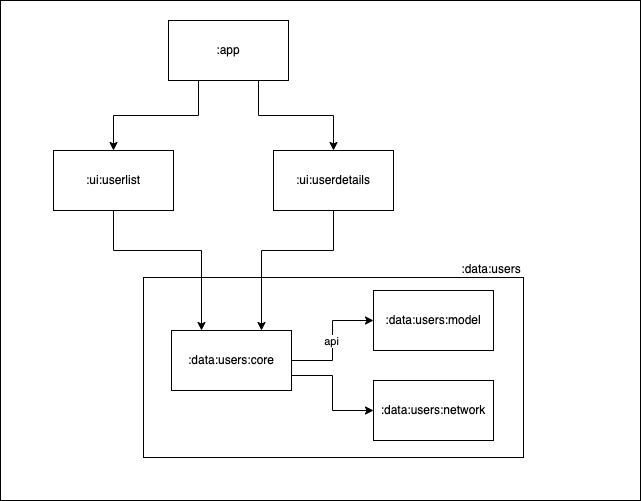
The draw.io diagram docs/arch1.png in burnoo/DemoListApp, before a commit. Source tidied: cells renumbered, new cells last; positions are measured from the earlier drawing's top-left corner, leaving out a move shared by most shapes.
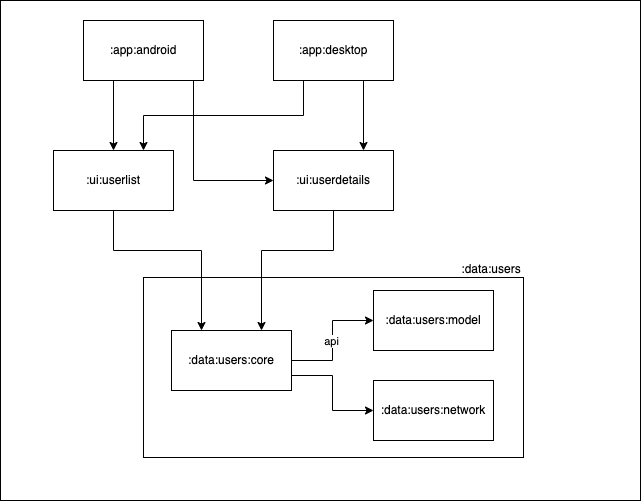
After the change.

What changed in the source:
```diff
@@ -9,10 +9,15 @@
       <mxGeometry relative="1" as="geometry" />
     </mxCell>
     <mxCell id="4" style="edgeStyle=orthogonalEdgeStyle;rounded=0;jettySize=auto;html=1;exitX=0.75;exitY=1;exitDx=0;exitDy=0;" parent="1" edge="1" source="5" target="9">
-      <mxGeometry relative="1" as="geometry" />
+      <mxGeometry relative="1" as="geometry">
+        <Array as="points">
+          <mxPoint x="193" y="80" />
+          <mxPoint x="193" y="180" />
+        </Array>
+      </mxGeometry>
     </mxCell>
-    <mxCell id="5" value=":app" style="rounded=0;whiteSpace=wrap;html=1;" parent="1" vertex="1">
-      <mxGeometry x="168" y="20" width="120" height="60" as="geometry" />
+    <mxCell id="5" value=":app:android" style="rounded=0;whiteSpace=wrap;html=1;" parent="1" vertex="1">
+      <mxGeometry x="83" y="20" width="120" height="60" as="geometry" />
     </mxCell>
     <mxCell id="6" style="edgeStyle=orthogonalEdgeStyle;rounded=0;jettySize=auto;html=1;exitX=0.5;exitY=1;exitDx=0;exitDy=0;entryX=0.25;entryY=0;entryDx=0;entryDy=0;" parent="1" edge="1" source="7" target="15">
       <mxGeometry relative="1" as="geometry">
@@ -60,5 +65,14 @@
     <mxCell id="17" value=":data:users:network" style="rounded=0;whiteSpace=wrap;html=1;" parent="1" vertex="1">
       <mxGeometry x="373" y="380" width="120" height="60" as="geometry" />
     </mxCell>
+    <mxCell id="18" style="edgeStyle=orthogonalEdgeStyle;rounded=0;jettySize=auto;html=1;exitX=0.75;exitY=1;exitDx=0;exitDy=0;entryX=0.75;entryY=0;entryDx=0;entryDy=0;" parent="1" edge="1" source="20" target="9">
+      <mxGeometry relative="1" as="geometry" />
+    </mxCell>
+    <mxCell id="19" style="edgeStyle=orthogonalEdgeStyle;rounded=0;jettySize=auto;html=1;exitX=0.25;exitY=1;exitDx=0;exitDy=0;entryX=0.75;entryY=0;entryDx=0;entryDy=0;" parent="1" edge="1" source="20" target="7">
+      <mxGeometry relative="1" as="geometry" />
+    </mxCell>
+    <mxCell id="20" value=":app:desktop" style="rounded=0;whiteSpace=wrap;html=1;" parent="1" vertex="1">
+      <mxGeometry x="273" y="20" width="120" height="60" as="geometry" />
+    </mxCell>
   </root>
 </mxGraphModel>
```
